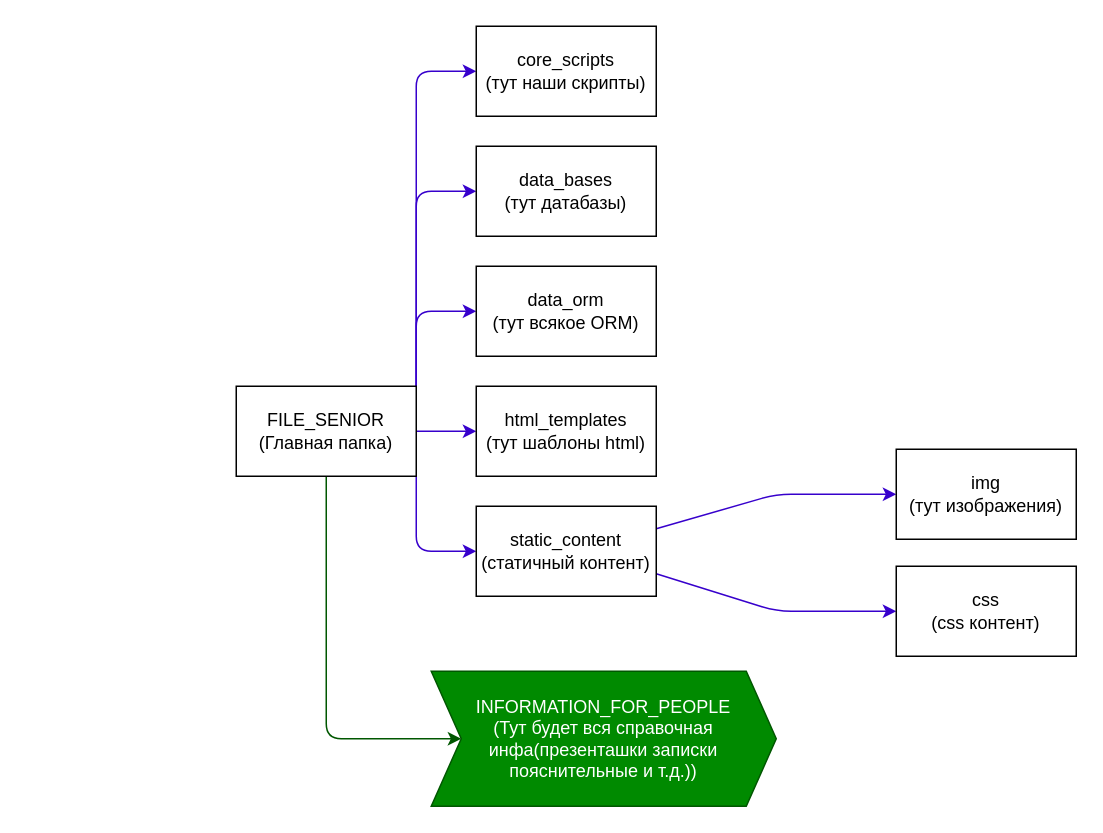
This is INFORMATION_FOR_PEOPLE/file_structure.drawio from FirendEndlire/File_Senior, a draw.io file, before an edit. Source tidied: cells renumbered, new cells numbered last; positions are measured from the earlier drawing's top-left corner, leaving out a move shared by most shapes. Both pictures are drawn from the tidied source at 150%, with x=0, y=0 at pixel (236, 26).
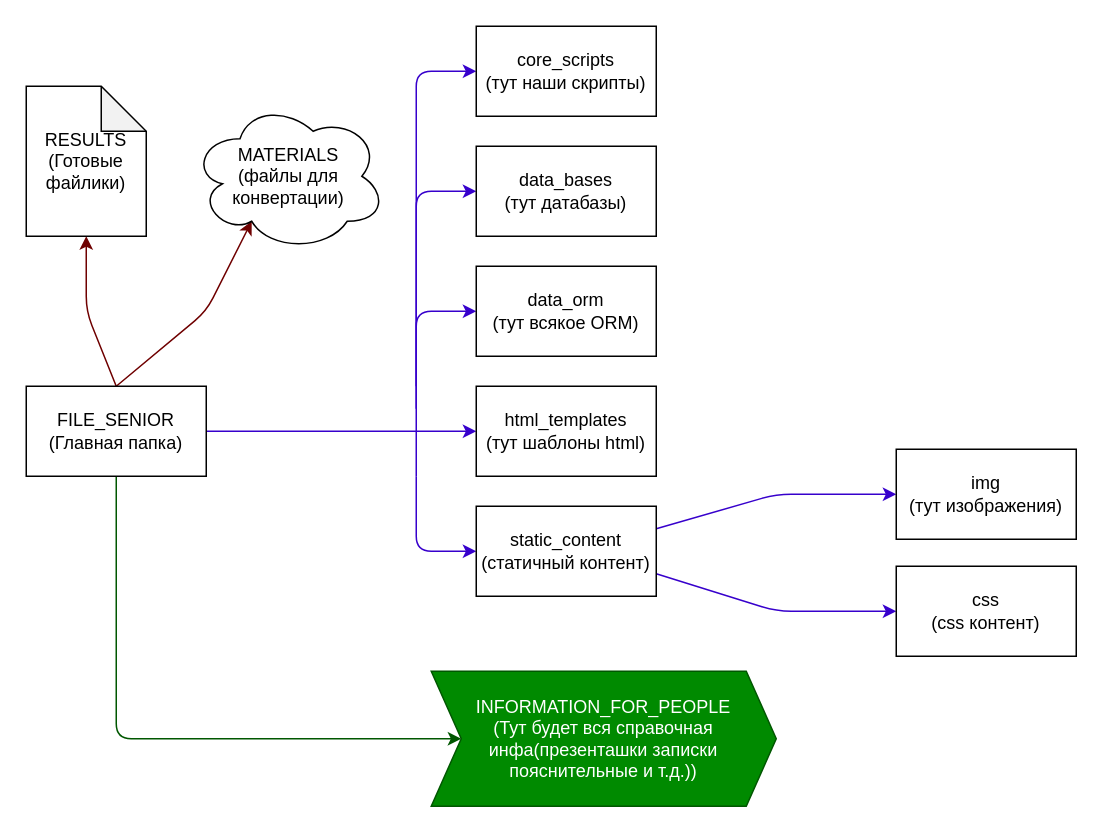
Above is the later version.

The change refers to these unchanged cells:
```xml
<mxCell id="9" value="core_scripts&lt;br&gt;(тут наши скрипты)" style="rounded=0;whiteSpace=wrap;html=1;" parent="1" vertex="1">
  <mxGeometry x="160" width="120" height="60" as="geometry" />
</mxCell>
<mxCell id="10" value="data_bases&lt;br&gt;(тут датабазы)" style="rounded=0;whiteSpace=wrap;html=1;" parent="1" vertex="1">
  <mxGeometry x="160" y="80" width="120" height="60" as="geometry" />
</mxCell>
<mxCell id="11" value="data_orm&lt;br&gt;(тут всякое ORM)" style="rounded=0;whiteSpace=wrap;html=1;" parent="1" vertex="1">
  <mxGeometry x="160" y="160" width="120" height="60" as="geometry" />
</mxCell>
<mxCell id="15" value="static_content&lt;br&gt;(статичный контент)" style="rounded=0;whiteSpace=wrap;html=1;" parent="1" vertex="1">
  <mxGeometry x="160" y="320" width="120" height="60" as="geometry" />
</mxCell>
<mxCell id="18" value="&lt;span style=&quot;color: rgb(255 , 255 , 255) ; font-family: &amp;#34;helvetica&amp;#34; ; font-size: 12px ; font-style: normal ; font-weight: 400 ; letter-spacing: normal ; text-align: center ; text-indent: 0px ; text-transform: none ; word-spacing: 0px ; display: inline ; float: none&quot;&gt;INFORMATION_FOR_PEOPLE&lt;/span&gt;&lt;br style=&quot;color: rgb(255 , 255 , 255) ; font-family: &amp;#34;helvetica&amp;#34; ; font-size: 12px ; font-style: normal ; font-weight: 400 ; letter-spacing: normal ; text-align: center ; text-indent: 0px ; text-transform: none ; word-spacing: 0px&quot;&gt;&lt;span style=&quot;color: rgb(255 , 255 , 255) ; font-family: &amp;#34;helvetica&amp;#34; ; font-size: 12px ; font-style: normal ; font-weight: 400 ; letter-spacing: normal ; text-align: center ; text-indent: 0px ; text-transform: none ; word-spacing: 0px ; display: inline ; float: none&quot;&gt;(Тут будет вся справочная инфа(презенташки записки пояснительные и т.д.))&lt;/span&gt;" style="shape=step;perimeter=stepPerimeter;whiteSpace=wrap;html=1;fixedSize=1;fillColor=#008a00;fontColor=#ffffff;strokeColor=#005700;" parent="1" vertex="1">
  <mxGeometry x="130" y="430" width="230" height="90" as="geometry" />
</mxCell>
```

What changed in the source:
```diff
@@
-    <mxCell id="3" style="edgeStyle=none;html=1;exitX=1;exitY=0;exitDx=0;exitDy=0;entryX=0;entryY=0.5;entryDx=0;entryDy=0;fillColor=#6a00ff;strokeColor=#3700CC;" parent="1" edge="1" source="8" target="9">
+    <mxCell id="3" style="edgeStyle=none;html=1;exitX=1;exitY=0;exitDx=0;exitDy=0;entryX=0;entryY=0.5;entryDx=0;entryDy=0;fillColor=#6a00ff;strokeColor=#3700CC;" parent="1" edge="1" target="9">
       <mxGeometry relative="1" as="geometry">
+        <mxPoint x="120" y="240" as="sourcePoint" />
         <Array as="points">
           <mxPoint x="120" y="190" />
           <mxPoint x="120" y="30" />
         </Array>
       </mxGeometry>
     </mxCell>
-    <mxCell id="4" style="edgeStyle=none;html=1;exitX=1;exitY=0.25;exitDx=0;exitDy=0;entryX=0;entryY=0.5;entryDx=0;entryDy=0;fillColor=#6a00ff;strokeColor=#3700CC;" parent="1" edge="1" source="8" target="10">
+    <mxCell id="4" style="edgeStyle=none;html=1;exitX=1;exitY=0.25;exitDx=0;exitDy=0;entryX=0;entryY=0.5;entryDx=0;entryDy=0;fillColor=#6a00ff;strokeColor=#3700CC;" parent="1" edge="1" target="10">
       <mxGeometry relative="1" as="geometry">
+        <mxPoint x="120" y="255" as="sourcePoint" />
         <Array as="points">
           <mxPoint x="120" y="110" />
         </Array>
       </mxGeometry>
     </mxCell>
-    <mxCell id="5" style="edgeStyle=none;html=1;exitX=1;exitY=0.25;exitDx=0;exitDy=0;entryX=0;entryY=0.5;entryDx=0;entryDy=0;fillColor=#6a00ff;strokeColor=#3700CC;" parent="1" edge="1" source="8" target="11">
+    <mxCell id="5" style="edgeStyle=none;html=1;entryX=0;entryY=0.5;entryDx=0;entryDy=0;fillColor=#6a00ff;strokeColor=#3700CC;" parent="1" edge="1" target="11">
       <mxGeometry relative="1" as="geometry">
+        <mxPoint x="120" y="300" as="sourcePoint" />
         <Array as="points">
           <mxPoint x="120" y="190" />
         </Array>
       </mxGeometry>
     </mxCell>
-    <mxCell id="6" style="edgeStyle=none;html=1;exitX=1;exitY=1;exitDx=0;exitDy=0;entryX=0;entryY=0.5;entryDx=0;entryDy=0;fillColor=#6a00ff;strokeColor=#3700CC;" parent="1" edge="1" source="8" target="15">
+    <mxCell id="6" style="edgeStyle=none;html=1;exitX=1;exitY=1;exitDx=0;exitDy=0;entryX=0;entryY=0.5;entryDx=0;entryDy=0;fillColor=#6a00ff;strokeColor=#3700CC;" parent="1" edge="1" target="15">
       <mxGeometry relative="1" as="geometry">
+        <mxPoint x="120" y="300" as="sourcePoint" />
         <Array as="points">
           <mxPoint x="120" y="350" />
         </Array>
       </mxGeometry>
     </mxCell>
     <mxCell id="7" style="edgeStyle=none;html=1;exitX=0.5;exitY=1;exitDx=0;exitDy=0;entryX=0;entryY=0.5;entryDx=0;entryDy=0;fillColor=#008a00;strokeColor=#005700;" parent="1" edge="1" source="8" target="18">
       <mxGeometry relative="1" as="geometry">
         <Array as="points">
-          <mxPoint x="60" y="475" />
+          <mxPoint x="-80" y="475" />
         </Array>
       </mxGeometry>
     </mxCell>
+    <mxCell id="19" style="edgeStyle=none;html=1;exitX=0.5;exitY=0;exitDx=0;exitDy=0;entryX=0.5;entryY=1;entryDx=0;entryDy=0;entryPerimeter=0;fillColor=#a20025;strokeColor=#6F0000;" parent="1" edge="1" source="8" target="21">
+      <mxGeometry relative="1" as="geometry">
+        <Array as="points">
+          <mxPoint x="-100" y="190" />
+        </Array>
+      </mxGeometry>
+    </mxCell>
+    <mxCell id="20" style="edgeStyle=none;html=1;exitX=0.5;exitY=0;exitDx=0;exitDy=0;entryX=0.31;entryY=0.8;entryDx=0;entryDy=0;entryPerimeter=0;fillColor=#a20025;strokeColor=#6F0000;" parent="1" edge="1" source="8" target="22">
+      <mxGeometry relative="1" as="geometry">
+        <Array as="points">
+          <mxPoint x="-20" y="190" />
+        </Array>
+      </mxGeometry>
+    </mxCell>
     <mxCell id="8" value="FILE_SENIOR&lt;br&gt;(Главная папка)" style="rounded=0;whiteSpace=wrap;html=1;" parent="1" vertex="1">
-      <mxGeometry y="240" width="120" height="60" as="geometry" />
+      <mxGeometry x="-140" y="240" width="120" height="60" as="geometry" />
     </mxCell>
@@
+    <mxCell id="21" value="RESULTS&lt;br&gt;(Готовые файлики)" style="shape=note;whiteSpace=wrap;html=1;backgroundOutline=1;darkOpacity=0.05;" parent="1" vertex="1">
+      <mxGeometry x="-140" y="40" width="80" height="100" as="geometry" />
+    </mxCell>
+    <mxCell id="22" value="MATERIALS&lt;br&gt;(файлы для конвертации)" style="ellipse;shape=cloud;whiteSpace=wrap;html=1;" parent="1" vertex="1">
+      <mxGeometry x="-30" y="50" width="130" height="100" as="geometry" />
+    </mxCell>
```
